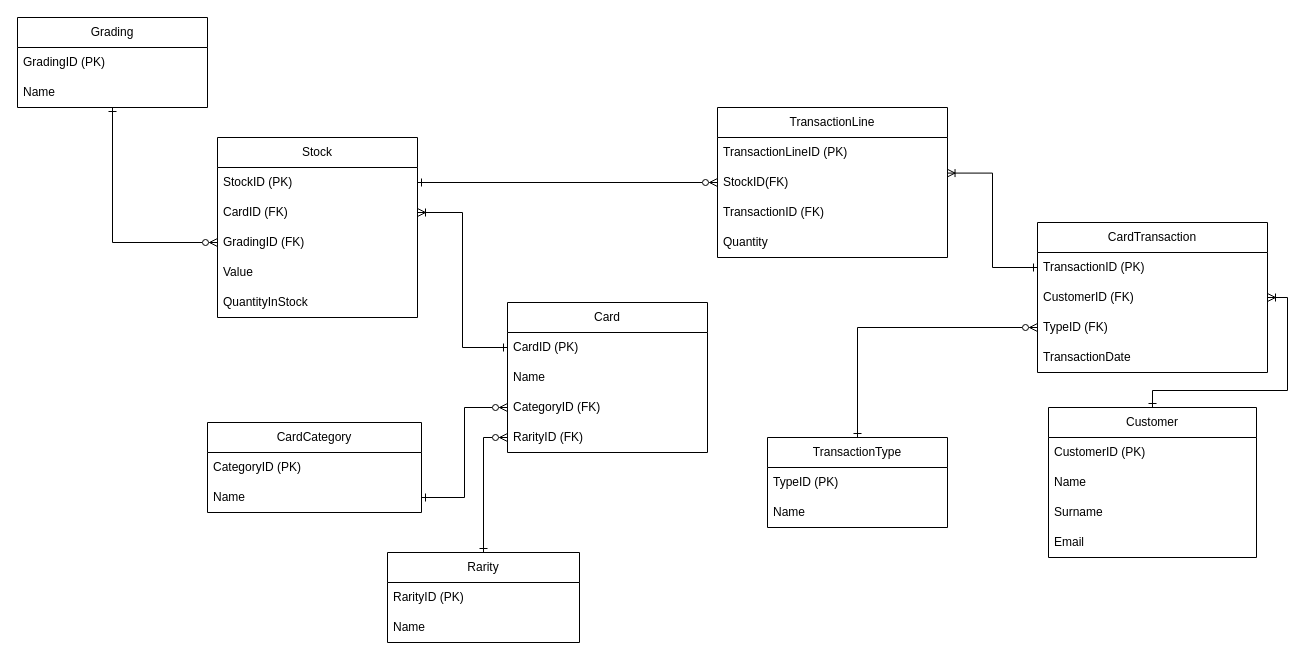
Above: Documentation/LevelUp1PhysicalERD.drawio in bbd-grad-levelups/Fantasy-Trading-Card-Database (draw.io), before the change. Source tidied: cells renumbered, new cells numbered last; positions are measured from the earlier drawing's top-left corner, leaving out a move shared by most shapes. Both pictures are drawn from the tidied source at 100%, with x=0, y=0 at pixel (17, 17).
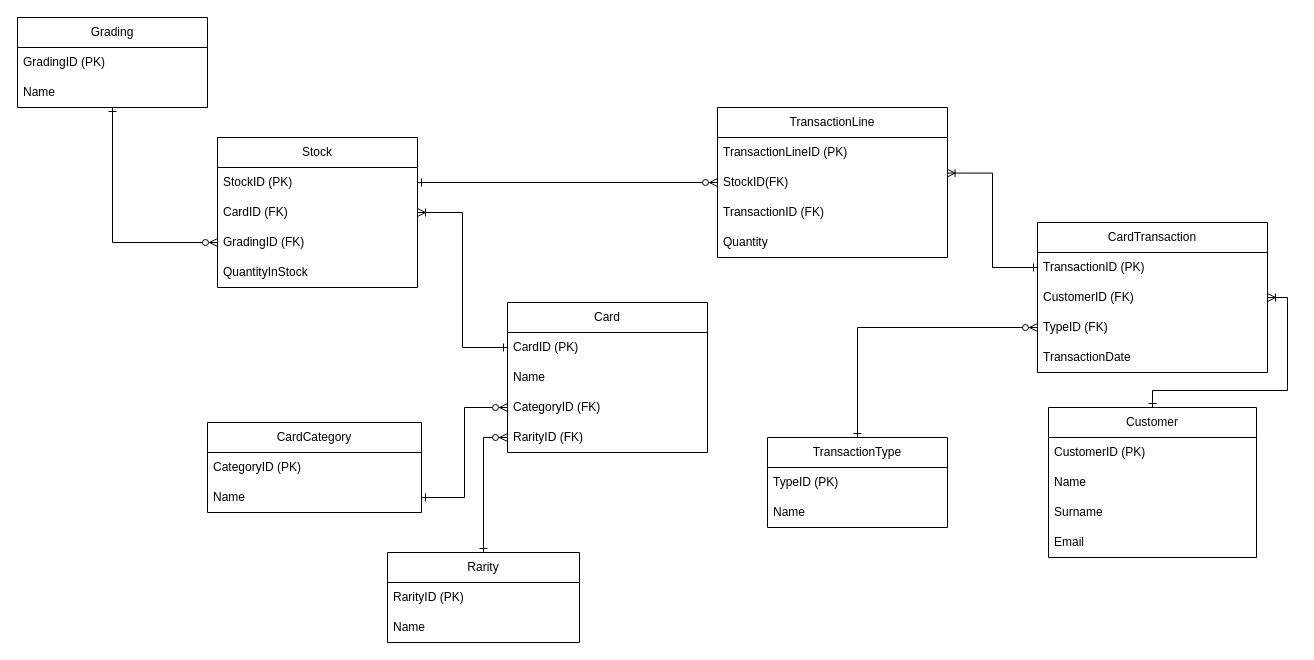
Above is the later version.

Commit message (it also covers changes not shown here):
Removed Value field

What changed in the source:
```diff
@@
     <mxCell id="40" value="Stock" style="swimlane;fontStyle=0;horizontal=1;startSize=30;whiteSpace=wrap;html=1;" parent="1" vertex="1">
-      <mxGeometry x="200" y="120" width="200" height="180" as="geometry" />
+      <mxGeometry x="200" y="120" width="200" height="150" as="geometry" />
     </mxCell>
@@
-    <mxCell id="44" value="Value&amp;nbsp;" style="text;strokeColor=none;fillColor=none;align=left;verticalAlign=middle;spacingLeft=4;spacingRight=4;overflow=hidden;whiteSpace=wrap;html=1;" parent="40" vertex="1">
-      <mxGeometry y="120" width="200" height="30" as="geometry" />
-    </mxCell>
     <mxCell id="45" value="QuantityInStock&amp;nbsp;" style="text;strokeColor=none;fillColor=none;align=left;verticalAlign=middle;spacingLeft=4;spacingRight=4;overflow=hidden;whiteSpace=wrap;html=1;" parent="40" vertex="1">
-      <mxGeometry y="150" width="200" height="30" as="geometry" />
+      <mxGeometry y="120" width="200" height="30" as="geometry" />
     </mxCell>
```
